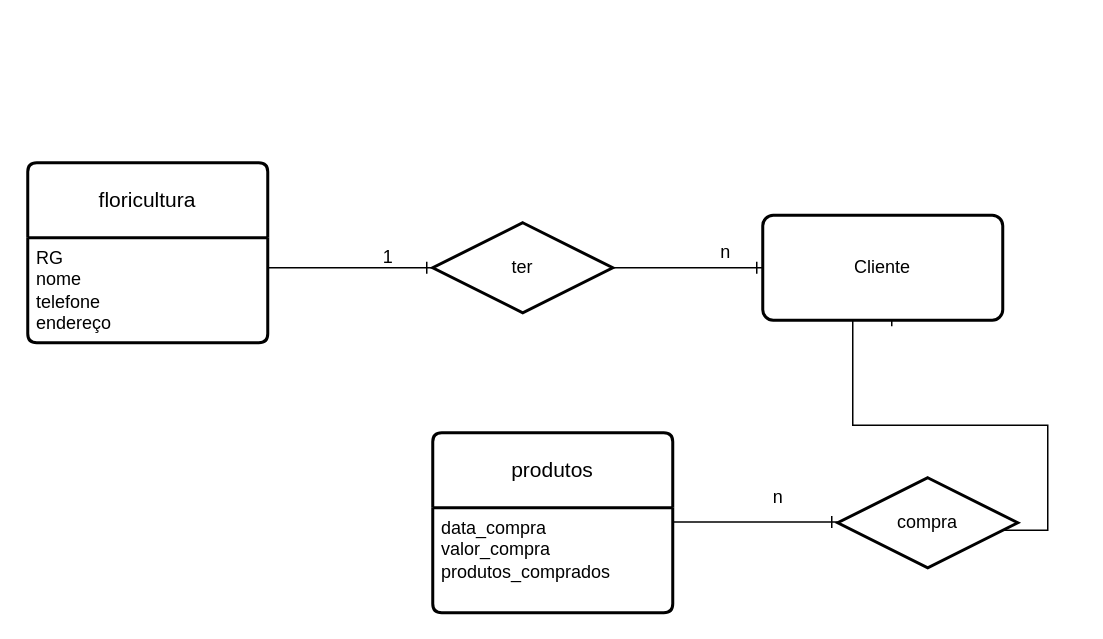
Before: floricultura.drawio in biacapist1224/Diagramas, a draw.io diagram. Source tidied: cells renumbered, new cells numbered last; positions are measured from the earlier drawing's top-left corner, leaving out a move shared by most shapes. Both pictures are drawn from the tidied source at 150%, with x=0, y=0 at pixel (27, 162).
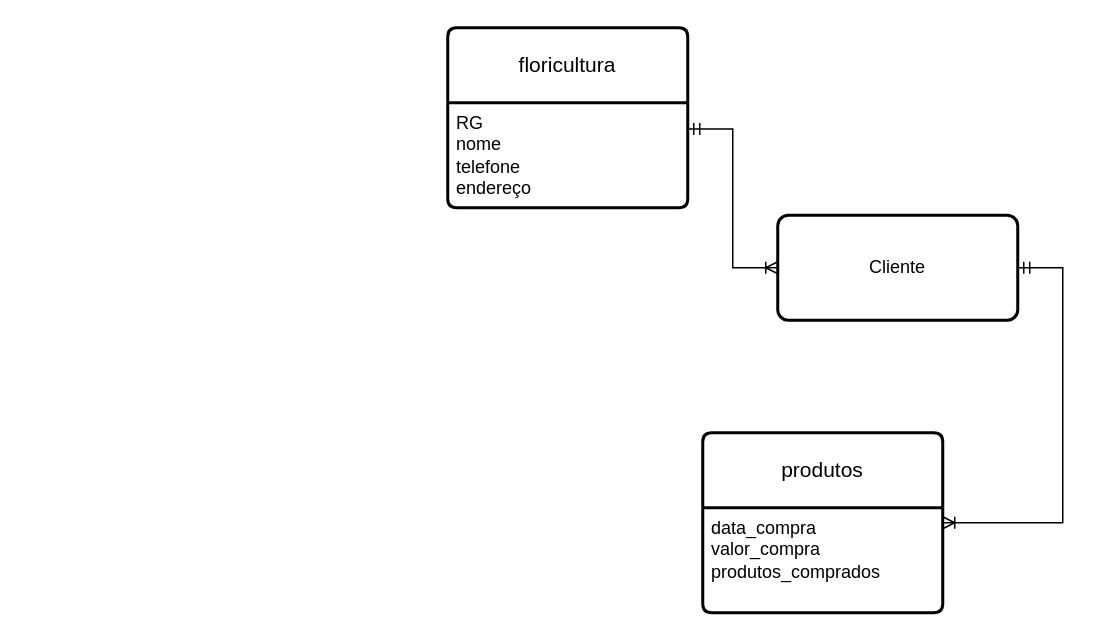
The same page after the edit.

Diff of the diagram source:
```diff
@@
 <mxGraphModel>
   <root>
     <mxCell id="0" />
     <mxCell id="1" parent="0" />
     <mxCell id="2" value="floricultura" style="swimlane;horizontal=1;startSize=50;rounded=1;fontSize=14;fontStyle=0;strokeWidth=2;shadow=0;dashed=0;align=center;arcSize=4;whiteSpace=wrap;html=1;" parent="1" vertex="1">
-      <mxGeometry width="160" height="120" as="geometry" />
+      <mxGeometry x="280" y="-90" width="160" height="120" as="geometry" />
     </mxCell>
     <mxCell id="3" value="&lt;div&gt;RG&lt;/div&gt;&lt;div&gt;nome&lt;/div&gt;&lt;div&gt;telefone&lt;/div&gt;&lt;div&gt;endereço&lt;br&gt;&lt;/div&gt;" style="align=left;strokeColor=none;fillColor=none;spacingLeft=4;fontSize=12;verticalAlign=top;html=1;" parent="2" vertex="1">
       <mxGeometry y="50" width="160" height="70" as="geometry" />
     </mxCell>
     <mxCell id="4" value="produtos" style="swimlane;horizontal=1;startSize=50;rounded=1;fontSize=14;fontStyle=0;strokeWidth=2;shadow=0;dashed=0;align=center;arcSize=4;whiteSpace=wrap;html=1;" parent="1" vertex="1">
-      <mxGeometry x="270" y="180" width="160" height="120" as="geometry" />
+      <mxGeometry x="450" y="180" width="160" height="120" as="geometry" />
     </mxCell>
     <mxCell id="5" value="&lt;div&gt;data_compra&lt;/div&gt;&lt;div&gt;valor_compra&lt;/div&gt;&lt;div&gt;produtos_comprados&lt;br&gt;&lt;/div&gt;" style="align=left;strokeColor=none;fillColor=none;spacingLeft=4;fontSize=12;verticalAlign=top;html=1;" parent="4" vertex="1">
       <mxGeometry y="50" width="160" height="70" as="geometry" />
     </mxCell>
-    <mxCell id="6" value="&lt;div&gt;compra&lt;/div&gt;" style="shape=rhombus;perimeter=rhombusPerimeter;whiteSpace=wrap;html=1;align=center;strokeWidth=2;" parent="1" vertex="1">
-      <mxGeometry x="540" y="210" width="120" height="60" as="geometry" />
-    </mxCell>
-    <mxCell id="7" value="ter" style="shape=rhombus;perimeter=rhombusPerimeter;whiteSpace=wrap;html=1;align=center;strokeWidth=2;" parent="1" vertex="1">
-      <mxGeometry x="270" y="40" width="120" height="60" as="geometry" />
-    </mxCell>
-    <mxCell id="8" style="edgeStyle=entityRelationEdgeStyle;fontSize=12;html=1;endArrow=ERone;endFill=1;rounded=0;" parent="1" edge="1">
-      <mxGeometry relative="1" as="geometry">
-        <mxPoint x="160" y="70" as="sourcePoint" />
-        <mxPoint x="270" y="70" as="targetPoint" />
-      </mxGeometry>
-    </mxCell>
-    <mxCell id="9" style="edgeStyle=entityRelationEdgeStyle;fontSize=12;html=1;endArrow=ERone;endFill=1;rounded=0;" parent="1" edge="1">
-      <mxGeometry relative="1" as="geometry">
-        <mxPoint x="390" y="70" as="sourcePoint" />
-        <mxPoint x="490" y="70" as="targetPoint" />
-      </mxGeometry>
-    </mxCell>
-    <mxCell id="10" style="edgeStyle=entityRelationEdgeStyle;fontSize=12;html=1;endArrow=ERone;endFill=1;rounded=0;" parent="1" edge="1">
-      <mxGeometry relative="1" as="geometry">
-        <mxPoint x="650" y="245" as="sourcePoint" />
-        <mxPoint x="580" y="105" as="targetPoint" />
-      </mxGeometry>
-    </mxCell>
-    <mxCell id="11" style="edgeStyle=entityRelationEdgeStyle;fontSize=12;html=1;endArrow=ERone;endFill=1;rounded=0;" parent="1" edge="1">
-      <mxGeometry relative="1" as="geometry">
-        <mxPoint x="430" y="239.5" as="sourcePoint" />
-        <mxPoint x="540" y="239.5" as="targetPoint" />
-      </mxGeometry>
-    </mxCell>
     <mxCell id="12" value="Cliente" style="rounded=1;arcSize=10;whiteSpace=wrap;html=1;align=center;strokeWidth=2;" parent="1" vertex="1">
-      <mxGeometry x="490" y="35" width="160" height="70" as="geometry" />
+      <mxGeometry x="500" y="35" width="160" height="70" as="geometry" />
     </mxCell>
-    <mxCell id="13" value="1" style="text;html=1;align=center;verticalAlign=middle;strokeColor=none;fillColor=none;" parent="1" vertex="1">
-      <mxGeometry x="225" y="48" width="30" height="30" as="geometry" />
-    </mxCell>
-    <mxCell id="14" value="n" style="text;html=1;align=center;verticalAlign=middle;strokeColor=none;fillColor=none;" parent="1" vertex="1">
-      <mxGeometry x="450" y="45" width="30" height="30" as="geometry" />
-    </mxCell>
-    <mxCell id="15" value="n" style="text;html=1;align=center;verticalAlign=middle;strokeColor=none;fillColor=none;" parent="1" vertex="1">
-      <mxGeometry x="485" y="208" width="30" height="30" as="geometry" />
-    </mxCell>
+    <mxCell id="16" style="edgeStyle=entityRelationEdgeStyle;fontSize=12;html=1;endArrow=ERoneToMany;startArrow=ERmandOne;rounded=0;" parent="1" edge="1" source="12" target="4">
+      <mxGeometry relative="1" as="geometry" />
+    </mxCell>
+    <mxCell id="17" style="edgeStyle=entityRelationEdgeStyle;fontSize=12;html=1;endArrow=ERoneToMany;startArrow=ERmandOne;rounded=0;entryX=0;entryY=0.5;entryDx=0;entryDy=0;exitX=1;exitY=0.25;exitDx=0;exitDy=0;" parent="1" edge="1" source="3" target="12">
+      <mxGeometry relative="1" as="geometry" />
+    </mxCell>
   </root>
 </mxGraphModel>
```
